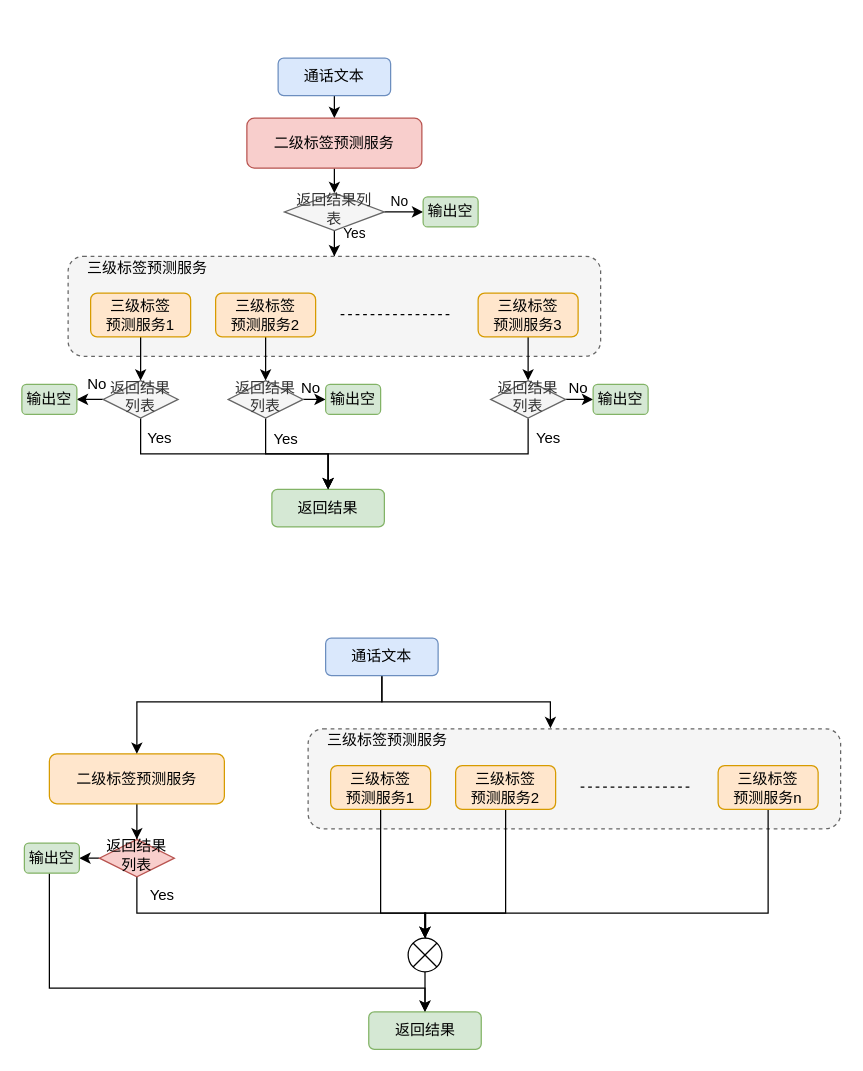
Before: nlp/KYC.drawio in MMMLMF/notes, a draw.io diagram. Source tidied: cells renumbered, new cells numbered last; positions are measured from the earlier drawing's top-left corner, leaving out a move shared by most shapes. Both pictures are drawn from the tidied source at 125%, with x=0, y=0 at pixel (21, 58).
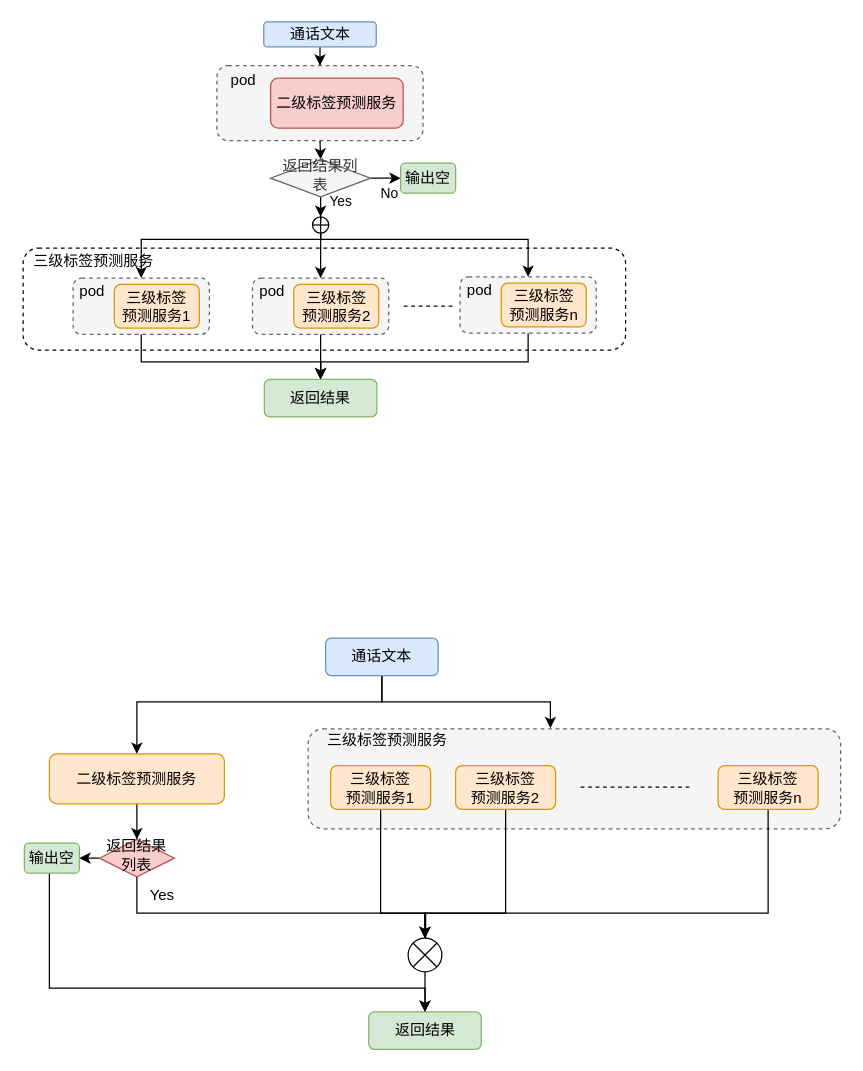
The same diagram, later.

Change to the diagram source:
```diff
@@
-    <mxCell id="2" style="rounded=1;whiteSpace=wrap;html=1;fillColor=#f5f5f5;dashed=1;strokeColor=#666666;fontColor=#333333;" parent="1" vertex="1">
-      <mxGeometry x="37" y="158.5" width="426" height="80" as="geometry" />
+    <mxCell id="2" style="rounded=1;whiteSpace=wrap;html=1;dashed=1;" parent="1" vertex="1">
+      <mxGeometry x="1" y="152" width="482" height="81.5" as="geometry" />
     </mxCell>
-    <mxCell id="3" style="edgeStyle=orthogonalEdgeStyle;rounded=0;jettySize=auto;html=1;exitX=0.5;exitY=1;exitDx=0;exitDy=0;entryX=0.5;entryY=0;entryDx=0;entryDy=0;" parent="1" edge="1" source="4" target="10">
-      <mxGeometry relative="1" as="geometry" />
-    </mxCell>
-    <mxCell id="4" value="二级标签预测服务" style="rounded=1;whiteSpace=wrap;html=1;fillColor=#f8cecc;strokeColor=#b85450;" parent="1" vertex="1">
-      <mxGeometry x="180" y="48" width="140" height="40" as="geometry" />
-    </mxCell>
-    <mxCell id="5" style="edgeStyle=orthogonalEdgeStyle;rounded=0;jettySize=auto;html=1;exitX=0.5;exitY=1;exitDx=0;exitDy=0;entryX=0.5;entryY=0;entryDx=0;entryDy=0;" parent="1" edge="1" source="6" target="4">
-      <mxGeometry relative="1" as="geometry" />
-    </mxCell>
+    <mxCell id="63" style="edgeStyle=orthogonalEdgeStyle;rounded=0;jettySize=auto;html=1;strokeWidth=1;entryX=0.5;entryY=0;entryDx=0;entryDy=0;" parent="1" edge="1" source="6" target="65">
+      <mxGeometry relative="1" as="geometry" />
+    </mxCell>
     <mxCell id="6" value="通话文本" style="rounded=1;whiteSpace=wrap;html=1;fontSize=12;glass=0;strokeWidth=1;shadow=0;fillColor=#dae8fc;strokeColor=#6c8ebf;" parent="1" vertex="1">
-      <mxGeometry x="205" width="90" height="30" as="geometry" />
+      <mxGeometry x="193.5" y="-29" width="90" height="20" as="geometry" />
     </mxCell>
-    <mxCell id="7" style="edgeStyle=orthogonalEdgeStyle;rounded=0;jettySize=auto;html=1;" parent="1" edge="1" source="10" target="2">
+    <mxCell id="7" style="edgeStyle=orthogonalEdgeStyle;rounded=0;jettySize=auto;html=1;entryX=0.5;entryY=0;entryDx=0;entryDy=0;" parent="1" edge="1" source="10" target="81">
       <mxGeometry relative="1" as="geometry" />
     </mxCell>
     <mxCell id="8" value="Yes" style="edgeLabel;html=1;align=center;verticalAlign=middle;" parent="7" vertex="1">
       <mxGeometry x="0.52" y="2" relative="1" as="geometry">
-        <mxPoint x="13" y="-5" as="offset" />
+        <mxPoint x="13" y="2" as="offset" />
       </mxGeometry>
     </mxCell>
@@
     <mxCell id="10" value="返回结果列表" style="rhombus;whiteSpace=wrap;html=1;shadow=0;fontFamily=Helvetica;fontSize=12;align=center;strokeWidth=1;spacing=6;spacingTop=-4;fillColor=#f5f5f5;strokeColor=#666666;fontColor=#333333;" parent="1" vertex="1">
-      <mxGeometry x="210" y="108" width="80" height="30" as="geometry" />
+      <mxGeometry x="199" y="81" width="80" height="30" as="geometry" />
     </mxCell>
     <mxCell id="11" value="输出空" style="rounded=1;whiteSpace=wrap;html=1;fontSize=12;glass=0;strokeWidth=1;shadow=0;fillColor=#d5e8d4;strokeColor=#82b366;" parent="1" vertex="1">
-      <mxGeometry x="321" y="111" width="44" height="24" as="geometry" />
+      <mxGeometry x="303" y="84" width="44" height="24" as="geometry" />
     </mxCell>
-    <mxCell id="12" style="edgeStyle=orthogonalEdgeStyle;rounded=0;jettySize=auto;html=1;strokeWidth=1;" parent="1" edge="1" source="13">
-      <mxGeometry relative="1" as="geometry">
-        <mxPoint x="195" y="258" as="targetPoint" />
-      </mxGeometry>
-    </mxCell>
-    <mxCell id="13" value="三级标签&lt;br&gt;预测服务2" style="rounded=1;whiteSpace=wrap;html=1;fillColor=#ffe6cc;strokeColor=#d79b00;" parent="1" vertex="1">
-      <mxGeometry x="155" y="188" width="80" height="35" as="geometry" />
-    </mxCell>
-    <mxCell id="14" style="edgeStyle=orthogonalEdgeStyle;rounded=0;jettySize=auto;html=1;strokeWidth=1;" parent="1" edge="1" source="15" target="22">
-      <mxGeometry relative="1" as="geometry" />
-    </mxCell>
-    <mxCell id="15" value="三级标签&lt;br&gt;预测服务1" style="rounded=1;whiteSpace=wrap;html=1;fillColor=#ffe6cc;strokeColor=#d79b00;" parent="1" vertex="1">
-      <mxGeometry x="55" y="188" width="80" height="35" as="geometry" />
-    </mxCell>
-    <mxCell id="16" style="edgeStyle=orthogonalEdgeStyle;rounded=0;jettySize=auto;html=1;strokeWidth=1;" parent="1" edge="1" source="17">
-      <mxGeometry relative="1" as="geometry">
-        <mxPoint x="405" y="258" as="targetPoint" />
-      </mxGeometry>
-    </mxCell>
-    <mxCell id="17" value="三级标签&lt;br&gt;预测服务3" style="rounded=1;whiteSpace=wrap;html=1;fillColor=#ffe6cc;strokeColor=#d79b00;" parent="1" vertex="1">
-      <mxGeometry x="365" y="188" width="80" height="35" as="geometry" />
-    </mxCell>
     <mxCell id="18" value="&lt;span&gt;三级标签预测服务&lt;/span&gt;" style="text;html=1;align=center;verticalAlign=middle;strokeColor=none;" parent="1" vertex="1">
-      <mxGeometry x="45" y="158" width="110" height="20" as="geometry" />
+      <mxGeometry x="2" y="153" width="110" height="20" as="geometry" />
     </mxCell>
     <mxCell id="19" style="endArrow=none;dashed=1;html=1;strokeWidth=1;" parent="1" edge="1">
       <mxGeometry relative="1" as="geometry">
-        <mxPoint x="255" y="205.2" as="sourcePoint" />
-        <mxPoint x="345" y="205.2" as="targetPoint" />
+        <mxPoint x="305.5" y="198.3" as="sourcePoint" />
+        <mxPoint x="344.5" y="198.3" as="targetPoint" />
       </mxGeometry>
     </mxCell>
-    <mxCell id="20" style="edgeStyle=orthogonalEdgeStyle;rounded=0;jettySize=auto;html=1;exitX=0.5;exitY=1;exitDx=0;exitDy=0;strokeWidth=1;" parent="1" edge="1" source="22" target="23">
-      <mxGeometry relative="1" as="geometry" />
-    </mxCell>
-    <mxCell id="21" style="edgeStyle=orthogonalEdgeStyle;rounded=0;jettySize=auto;html=1;exitX=0;exitY=0.5;exitDx=0;exitDy=0;strokeWidth=1;" parent="1" edge="1" source="22" target="33">
-      <mxGeometry relative="1" as="geometry" />
-    </mxCell>
-    <mxCell id="22" value="返回结果列表" style="rhombus;whiteSpace=wrap;html=1;shadow=0;fontFamily=Helvetica;fontSize=12;align=center;strokeWidth=1;spacing=6;spacingTop=-4;fillColor=#f5f5f5;strokeColor=#666666;fontColor=#333333;" parent="1" vertex="1">
-      <mxGeometry x="65" y="258" width="60" height="30" as="geometry" />
-    </mxCell>
     <mxCell id="23" value="返回结果" style="rounded=1;whiteSpace=wrap;html=1;fontSize=12;glass=0;strokeWidth=1;shadow=0;fillColor=#d5e8d4;strokeColor=#82b366;" parent="1" vertex="1">
-      <mxGeometry x="200" y="345" width="90" height="30" as="geometry" />
+      <mxGeometry x="194" y="257" width="90" height="30" as="geometry" />
     </mxCell>
-    <mxCell id="24" value="Yes" style="text;html=1;align=center;verticalAlign=middle;strokeColor=none;" parent="1" vertex="1">
-      <mxGeometry x="90" y="294" width="40" height="20" as="geometry" />
-    </mxCell>
-    <mxCell id="25" value="Yes" style="text;html=1;align=center;verticalAlign=middle;strokeColor=none;" parent="1" vertex="1">
-      <mxGeometry x="191" y="295" width="40" height="20" as="geometry" />
-    </mxCell>
-    <mxCell id="26" value="Yes" style="text;html=1;align=center;verticalAlign=middle;strokeColor=none;" parent="1" vertex="1">
-      <mxGeometry x="401" y="294" width="40" height="20" as="geometry" />
-    </mxCell>
-    <mxCell id="27" style="edgeStyle=orthogonalEdgeStyle;rounded=0;jettySize=auto;html=1;exitX=0.5;exitY=1;exitDx=0;exitDy=0;entryX=0.5;entryY=0;entryDx=0;entryDy=0;strokeWidth=1;" parent="1" edge="1" source="29" target="23">
-      <mxGeometry relative="1" as="geometry" />
-    </mxCell>
-    <mxCell id="28" style="edgeStyle=orthogonalEdgeStyle;rounded=0;jettySize=auto;html=1;exitX=1;exitY=0.5;exitDx=0;exitDy=0;entryX=0;entryY=0.5;entryDx=0;entryDy=0;strokeWidth=1;" parent="1" edge="1" source="29" target="34">
-      <mxGeometry relative="1" as="geometry" />
-    </mxCell>
-    <mxCell id="29" value="返回结果列表" style="rhombus;whiteSpace=wrap;html=1;shadow=0;fontFamily=Helvetica;fontSize=12;align=center;strokeWidth=1;spacing=6;spacingTop=-4;fillColor=#f5f5f5;strokeColor=#666666;fontColor=#333333;" parent="1" vertex="1">
-      <mxGeometry x="165" y="258" width="60" height="30" as="geometry" />
-    </mxCell>
-    <mxCell id="30" style="edgeStyle=orthogonalEdgeStyle;rounded=0;jettySize=auto;html=1;exitX=0.5;exitY=1;exitDx=0;exitDy=0;entryX=0.5;entryY=0;entryDx=0;entryDy=0;strokeWidth=1;" parent="1" edge="1" source="32" target="23">
-      <mxGeometry relative="1" as="geometry" />
-    </mxCell>
-    <mxCell id="31" style="edgeStyle=orthogonalEdgeStyle;rounded=0;jettySize=auto;html=1;strokeWidth=1;" parent="1" edge="1" source="32" target="35">
-      <mxGeometry relative="1" as="geometry" />
-    </mxCell>
-    <mxCell id="32" value="返回结果列表" style="rhombus;whiteSpace=wrap;html=1;shadow=0;fontFamily=Helvetica;fontSize=12;align=center;strokeWidth=1;spacing=6;spacingTop=-4;fillColor=#f5f5f5;strokeColor=#666666;fontColor=#333333;" parent="1" vertex="1">
-      <mxGeometry x="375" y="258" width="60" height="30" as="geometry" />
-    </mxCell>
-    <mxCell id="33" value="输出空" style="rounded=1;whiteSpace=wrap;html=1;fontSize=12;glass=0;strokeWidth=1;shadow=0;fillColor=#d5e8d4;strokeColor=#82b366;" parent="1" vertex="1">
-      <mxGeometry y="261" width="44" height="24" as="geometry" />
-    </mxCell>
-    <mxCell id="34" value="输出空" style="rounded=1;whiteSpace=wrap;html=1;fontSize=12;glass=0;strokeWidth=1;shadow=0;fillColor=#d5e8d4;strokeColor=#82b366;" parent="1" vertex="1">
-      <mxGeometry x="243" y="261" width="44" height="24" as="geometry" />
-    </mxCell>
-    <mxCell id="35" value="输出空" style="rounded=1;whiteSpace=wrap;html=1;fontSize=12;glass=0;strokeWidth=1;shadow=0;fillColor=#d5e8d4;strokeColor=#82b366;" parent="1" vertex="1">
-      <mxGeometry x="457" y="261" width="44" height="24" as="geometry" />
-    </mxCell>
     <mxCell id="36" value="No" style="edgeLabel;html=1;align=center;verticalAlign=middle;" parent="1" vertex="1">
-      <mxGeometry x="277" y="149.8" as="geometry">
+      <mxGeometry x="269" y="142.8" as="geometry">
         <mxPoint x="24" y="-35" as="offset" />
       </mxGeometry>
     </mxCell>
-    <mxCell id="37" value="No" style="text;html=1;align=center;verticalAlign=middle;strokeColor=none;" parent="1" vertex="1">
-      <mxGeometry x="47" y="252" width="25" height="18" as="geometry" />
-    </mxCell>
-    <mxCell id="38" value="No" style="text;html=1;align=center;verticalAlign=middle;strokeColor=none;" parent="1" vertex="1">
-      <mxGeometry x="218" y="255" width="25" height="18" as="geometry" />
-    </mxCell>
-    <mxCell id="39" value="No" style="text;html=1;align=center;verticalAlign=middle;strokeColor=none;" parent="1" vertex="1">
-      <mxGeometry x="432" y="255" width="25" height="18" as="geometry" />
-    </mxCell>
@@
+    <mxCell id="64" style="group;" parent="1" vertex="1">
+      <mxGeometry x="156" y="6" width="165" height="60" as="geometry" />
+    </mxCell>
+    <mxCell id="65" style="rounded=1;whiteSpace=wrap;html=1;dashed=1;fillColor=#f5f5f5;strokeColor=#666666;fontColor=#333333;" parent="64" vertex="1">
+      <mxGeometry width="165" height="60" as="geometry" />
+    </mxCell>
+    <mxCell id="4" value="二级标签预测服务" style="rounded=1;whiteSpace=wrap;html=1;fillColor=#f8cecc;strokeColor=#b85450;" parent="64" vertex="1">
+      <mxGeometry x="43" y="10" width="106" height="40" as="geometry" />
+    </mxCell>
+    <mxCell id="66" value="pod" style="text;html=1;align=center;verticalAlign=middle;strokeColor=none;" parent="64" vertex="1">
+      <mxGeometry x="6" y="3" width="30" height="18" as="geometry" />
+    </mxCell>
+    <mxCell id="67" style="group;" parent="1" vertex="1">
+      <mxGeometry x="41" y="176" width="109" height="45" as="geometry" />
+    </mxCell>
+    <mxCell id="68" style="rounded=1;whiteSpace=wrap;html=1;dashed=1;fillColor=#f5f5f5;strokeColor=#666666;fontColor=#333333;" parent="67" vertex="1">
+      <mxGeometry width="109" height="45" as="geometry" />
+    </mxCell>
+    <mxCell id="15" value="三级标签&lt;br&gt;预测服务1" style="rounded=1;whiteSpace=wrap;html=1;fillColor=#ffe6cc;strokeColor=#d79b00;" parent="67" vertex="1">
+      <mxGeometry x="33" y="5" width="68" height="35" as="geometry" />
+    </mxCell>
+    <mxCell id="69" value="pod" style="text;html=1;align=center;verticalAlign=middle;strokeColor=none;" parent="67" vertex="1">
+      <mxGeometry y="2" width="30" height="18" as="geometry" />
+    </mxCell>
+    <mxCell id="70" style="group;" parent="1" vertex="1">
+      <mxGeometry x="184.5" y="176" width="109" height="45" as="geometry" />
+    </mxCell>
+    <mxCell id="71" style="rounded=1;whiteSpace=wrap;html=1;dashed=1;fillColor=#f5f5f5;strokeColor=#666666;fontColor=#333333;" parent="70" vertex="1">
+      <mxGeometry width="109" height="45" as="geometry" />
+    </mxCell>
+    <mxCell id="13" value="三级标签&lt;br&gt;预测服务2" style="rounded=1;whiteSpace=wrap;html=1;fillColor=#ffe6cc;strokeColor=#d79b00;" parent="70" vertex="1">
+      <mxGeometry x="33" y="5" width="68" height="35" as="geometry" />
+    </mxCell>
+    <mxCell id="72" value="pod" style="text;html=1;align=center;verticalAlign=middle;strokeColor=none;" parent="70" vertex="1">
+      <mxGeometry y="2" width="30" height="18" as="geometry" />
+    </mxCell>
+    <mxCell id="73" style="group;" parent="1" vertex="1">
+      <mxGeometry x="350.5" y="175" width="109" height="45" as="geometry" />
+    </mxCell>
+    <mxCell id="74" style="rounded=1;whiteSpace=wrap;html=1;dashed=1;fillColor=#f5f5f5;strokeColor=#666666;fontColor=#333333;" parent="73" vertex="1">
+      <mxGeometry width="109" height="45" as="geometry" />
+    </mxCell>
+    <mxCell id="75" value="三级标签&lt;br&gt;预测服务n" style="rounded=1;whiteSpace=wrap;html=1;fillColor=#ffe6cc;strokeColor=#d79b00;" parent="73" vertex="1">
+      <mxGeometry x="33" y="5" width="68" height="35" as="geometry" />
+    </mxCell>
+    <mxCell id="76" value="pod" style="text;html=1;align=center;verticalAlign=middle;strokeColor=none;" parent="73" vertex="1">
+      <mxGeometry y="2" width="30" height="18" as="geometry" />
+    </mxCell>
+    <mxCell id="77" style="edgeStyle=orthogonalEdgeStyle;rounded=0;jettySize=auto;html=1;strokeWidth=1;" parent="1" edge="1" source="74" target="23">
+      <mxGeometry relative="1" as="geometry">
+        <Array as="points">
+          <mxPoint x="405" y="243" />
+          <mxPoint x="239" y="243" />
+        </Array>
+      </mxGeometry>
+    </mxCell>
+    <mxCell id="78" style="edgeStyle=orthogonalEdgeStyle;rounded=0;jettySize=auto;html=1;exitX=0.5;exitY=1;exitDx=0;exitDy=0;entryX=0.5;entryY=0;entryDx=0;entryDy=0;strokeWidth=1;" parent="1" edge="1" source="81" target="68">
+      <mxGeometry relative="1" as="geometry">
+        <Array as="points">
+          <mxPoint x="239" y="145" />
+          <mxPoint x="95" y="145" />
+        </Array>
+      </mxGeometry>
+    </mxCell>
+    <mxCell id="79" style="edgeStyle=orthogonalEdgeStyle;rounded=0;jettySize=auto;html=1;entryX=0.5;entryY=0;entryDx=0;entryDy=0;strokeWidth=1;" parent="1" edge="1" source="81" target="74">
+      <mxGeometry relative="1" as="geometry">
+        <Array as="points">
+          <mxPoint x="239" y="145" />
+          <mxPoint x="405" y="145" />
+        </Array>
+      </mxGeometry>
+    </mxCell>
+    <mxCell id="80" style="edgeStyle=orthogonalEdgeStyle;rounded=0;jettySize=auto;html=1;entryX=0.5;entryY=0;entryDx=0;entryDy=0;strokeWidth=1;" parent="1" edge="1" source="81" target="71">
+      <mxGeometry relative="1" as="geometry" />
+    </mxCell>
+    <mxCell id="81" style="shape=orEllipse;perimeter=ellipsePerimeter;whiteSpace=wrap;html=1;backgroundOutline=1;fillColor=none;" parent="1" vertex="1">
+      <mxGeometry x="232.5" y="127" width="13" height="13" as="geometry" />
+    </mxCell>
+    <mxCell id="82" style="edgeStyle=orthogonalEdgeStyle;rounded=0;jettySize=auto;html=1;exitX=0.5;exitY=1;exitDx=0;exitDy=0;entryX=0.5;entryY=0;entryDx=0;entryDy=0;strokeWidth=1;" parent="1" edge="1" source="65" target="10">
+      <mxGeometry relative="1" as="geometry" />
+    </mxCell>
+    <mxCell id="83" style="edgeStyle=orthogonalEdgeStyle;rounded=0;jettySize=auto;html=1;entryX=0.5;entryY=0;entryDx=0;entryDy=0;strokeWidth=1;" parent="1" edge="1" source="71" target="23">
+      <mxGeometry relative="1" as="geometry" />
+    </mxCell>
+    <mxCell id="84" style="edgeStyle=orthogonalEdgeStyle;rounded=0;jettySize=auto;html=1;entryX=0.5;entryY=0;entryDx=0;entryDy=0;strokeWidth=1;" parent="1" edge="1" source="68" target="23">
+      <mxGeometry relative="1" as="geometry">
+        <Array as="points">
+          <mxPoint x="96" y="243" />
+          <mxPoint x="239" y="243" />
+        </Array>
+      </mxGeometry>
+    </mxCell>
```
